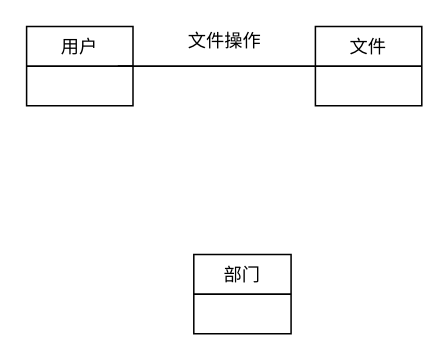
This is yewuliuchengtu2.0.drawio from ppp-203/ppp-203, a draw.io file, before an edit. Source tidied: cells renumbered, new cells numbered last; positions are measured from the earlier drawing's top-left corner, leaving out a move shared by most shapes. Both pictures are drawn from the tidied source at 152%, with x=0, y=0 at pixel (26, 26).
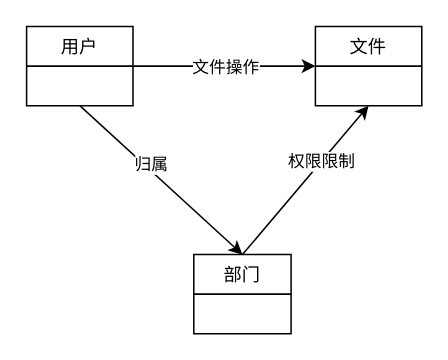
After the change.

Change to the diagram source:
```diff
@@
 <mxGraphModel>
   <root>
     <mxCell id="0" />
     <mxCell id="1" parent="0" />
+    <mxCell id="7" style="edgeStyle=none;rounded=0;jettySize=auto;html=1;exitX=1;exitY=0.5;exitDx=0;exitDy=0;" parent="1" edge="1" source="2" target="3">
+      <mxGeometry relative="1" as="geometry" />
+    </mxCell>
+    <mxCell id="5" value="文件操作" style="edgeLabel;html=1;align=center;verticalAlign=middle;" parent="7" vertex="1">
+      <mxGeometry x="0.23" y="-2" relative="1" as="geometry">
+        <mxPoint x="-14" y="-2" as="offset" />
+      </mxGeometry>
+    </mxCell>
+    <mxCell id="8" style="edgeStyle=none;rounded=0;jettySize=auto;html=1;entryX=0.5;entryY=0;entryDx=0;entryDy=0;exitX=0.5;exitY=1;exitDx=0;exitDy=0;" parent="1" edge="1" source="2" target="4">
+      <mxGeometry relative="1" as="geometry" />
+    </mxCell>
+    <mxCell id="9" value="归属" style="edgeLabel;html=1;align=center;verticalAlign=middle;" parent="8" vertex="1">
+      <mxGeometry x="0.18" y="-2" relative="1" as="geometry">
+        <mxPoint x="-16" y="-21" as="offset" />
+      </mxGeometry>
+    </mxCell>
     <mxCell id="2" value="用户" style="swimlane;fontStyle=0;horizontal=1;startSize=26;fillColor=none;" parent="1" vertex="1">
       <mxGeometry width="70" height="52" as="geometry" />
     </mxCell>
     <mxCell id="3" value="文件" style="swimlane;fontStyle=0;horizontal=1;startSize=26;fillColor=none;" parent="1" vertex="1">
       <mxGeometry x="190" width="70" height="52" as="geometry" />
     </mxCell>
+    <mxCell id="10" style="edgeStyle=none;rounded=0;jettySize=auto;html=1;entryX=0.5;entryY=1;entryDx=0;entryDy=0;exitX=0.5;exitY=0;exitDx=0;exitDy=0;" parent="1" edge="1" source="4" target="3">
+      <mxGeometry relative="1" as="geometry" />
+    </mxCell>
+    <mxCell id="11" value="权限限制" style="edgeLabel;html=1;align=center;verticalAlign=middle;" parent="10" vertex="1">
+      <mxGeometry x="0.24" relative="1" as="geometry" />
+    </mxCell>
     <mxCell id="4" value="部门" style="swimlane;fontStyle=0;horizontal=1;startSize=26;fillColor=none;" parent="1" vertex="1">
       <mxGeometry x="110" y="150" width="64" height="52" as="geometry" />
     </mxCell>
-    <mxCell id="5" value="文件操作" style="text;html=1;align=center;verticalAlign=middle;strokeColor=none;fillColor=none;" parent="1" vertex="1">
-      <mxGeometry x="100" width="60" height="20" as="geometry" />
-    </mxCell>
-    <mxCell id="6" style="line;strokeWidth=1;fillColor=none;align=left;verticalAlign=middle;spacingTop=-1;spacingLeft=3;spacingRight=3;labelPosition=right;" parent="1" vertex="1">
-      <mxGeometry x="60" y="22" width="130" height="8" as="geometry" />
-    </mxCell>
   </root>
 </mxGraphModel>
```
